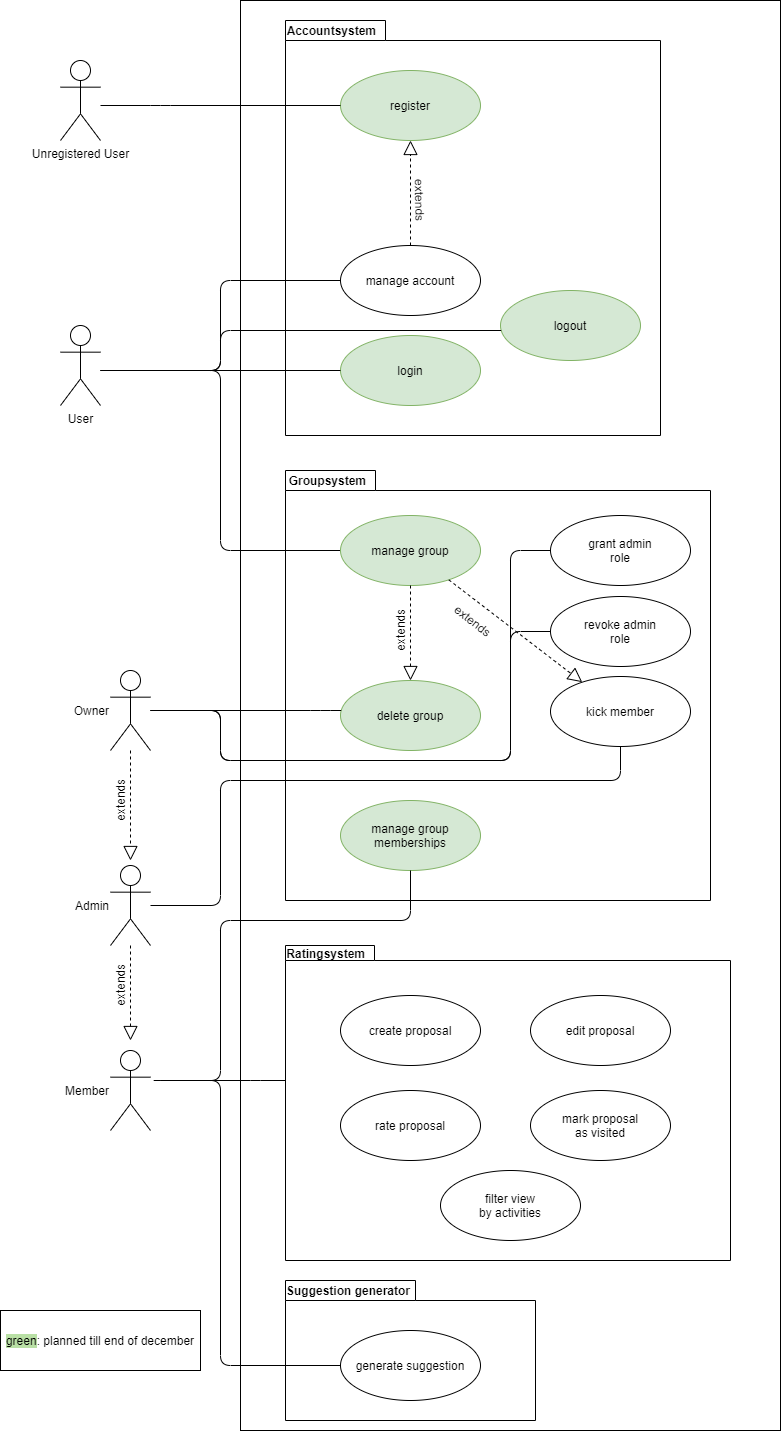
placetobeer/documentation keeps this draw.io diagram as PlaceToBeer UCD.png. Above is the earlier version. Source tidied: cells renumbered, new cells last; positions are measured from the earlier drawing's top-left corner, leaving out a move shared by most shapes.
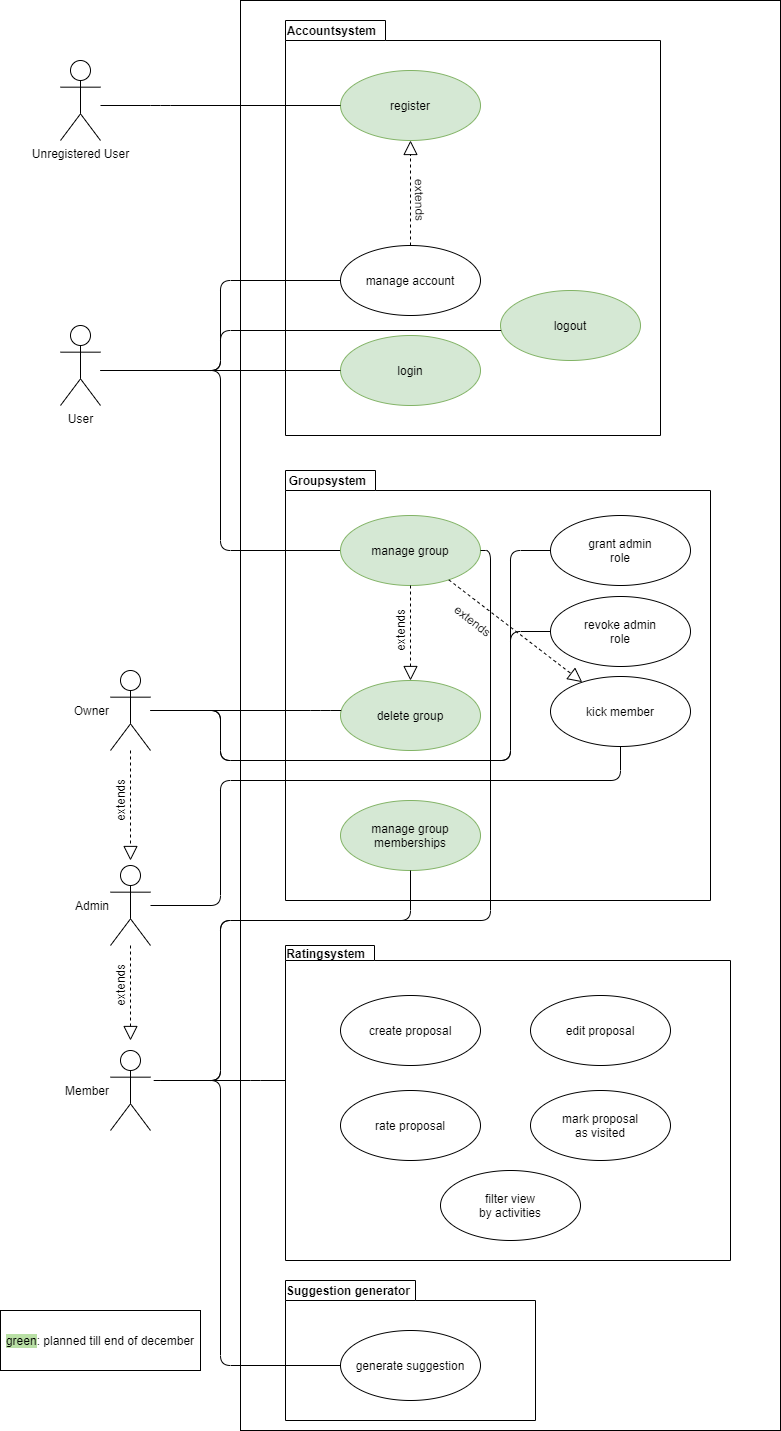
After the change.

Commit message:
Updated member's rights in the UCD

The edit, as a diff of the source:
```diff
@@ -226,5 +226,16 @@
         </Array>
       </mxGeometry>
     </mxCell>
+    <mxCell id="51" style="endArrow=none;html=1;edgeStyle=orthogonalEdgeStyle;" parent="1" edge="1" target="38">
+      <mxGeometry relative="1" as="geometry">
+        <mxPoint x="180" y="1080" as="sourcePoint" />
+        <Array as="points">
+          <mxPoint x="220" y="1080" />
+          <mxPoint x="220" y="920" />
+          <mxPoint x="490" y="920" />
+          <mxPoint x="490" y="550" />
+        </Array>
+      </mxGeometry>
+    </mxCell>
   </root>
 </mxGraphModel>
```
